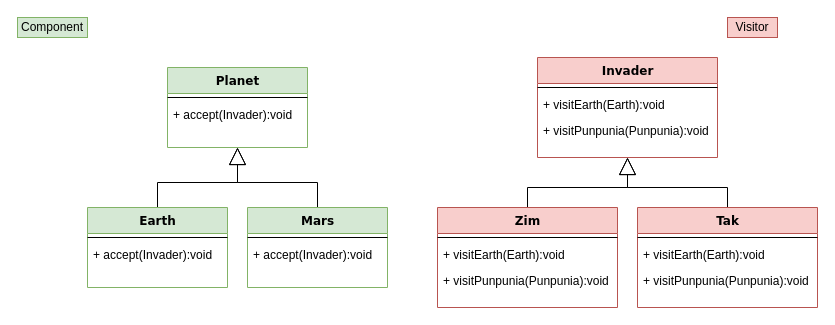
Earlier version of the draw.io diagram assets/drawio/Visitor.drawio (nicolaskruger/designPatterns). Source tidied: cells renumbered, new cells numbered last; positions are measured from the earlier drawing's top-left corner, leaving out a move shared by most shapes. Both pictures are drawn from the tidied source at 100%, with x=0, y=0 at pixel (17, 17).
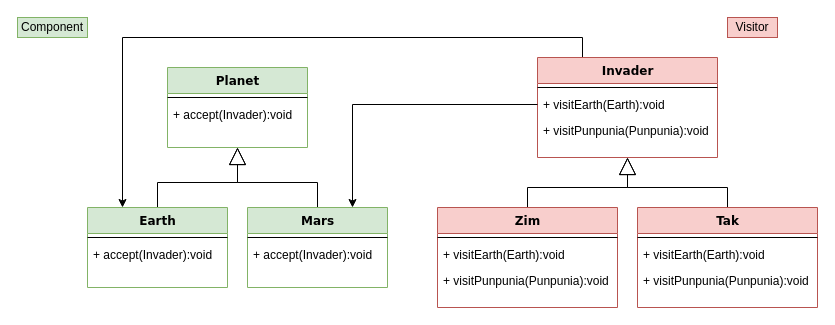
After the change.

Unchanged cells that the change refers to:
```xml
<mxCell id="8" value="Earth" style="swimlane;html=1;fontStyle=1;align=center;verticalAlign=top;horizontal=1;startSize=26;swimlaneFillColor=#ffffff;rounded=0;shadow=0;comic=0;labelBackgroundColor=none;strokeWidth=1;fillColor=#d5e8d4;fontFamily=Verdana;fontSize=12;strokeColor=#82b366;" parent="1" vertex="1">
  <mxGeometry x="70" y="190" width="140" height="80" as="geometry" />
</mxCell>
<mxCell id="11" value="Mars" style="swimlane;html=1;fontStyle=1;align=center;verticalAlign=top;horizontal=1;startSize=26;swimlaneFillColor=#ffffff;rounded=0;shadow=0;comic=0;labelBackgroundColor=none;strokeWidth=1;fillColor=#d5e8d4;fontFamily=Verdana;fontSize=12;strokeColor=#82b366;" parent="1" vertex="1">
  <mxGeometry x="230" y="190" width="140" height="80" as="geometry" />
</mxCell>
<mxCell id="16" value="Invader" style="swimlane;html=1;fontStyle=1;align=center;verticalAlign=top;horizontal=1;startSize=26;swimlaneFillColor=#ffffff;rounded=0;shadow=0;comic=0;labelBackgroundColor=none;strokeWidth=1;fillColor=#f8cecc;fontFamily=Verdana;fontSize=12;strokeColor=#b85450;" parent="1" vertex="1">
  <mxGeometry x="520" y="40" width="180" height="100" as="geometry" />
</mxCell>
<mxCell id="18" value="+ visitEarth(Earth):void" style="text;html=1;strokeColor=none;fillColor=none;align=left;verticalAlign=top;spacingLeft=4;spacingRight=4;whiteSpace=wrap;overflow=hidden;points=[[0,0.5],[1,0.5]];portConstraint=eastwest;" parent="16" vertex="1">
  <mxGeometry y="34" width="180" height="26" as="geometry" />
</mxCell>
```

The edit, as a diff of the source:
```diff
@@
+    <mxCell id="29" style="edgeStyle=orthogonalEdgeStyle;rounded=0;jettySize=auto;html=1;exitX=0.25;exitY=0;exitDx=0;exitDy=0;entryX=0.25;entryY=0;entryDx=0;entryDy=0;startArrow=none;startFill=0;endArrow=classic;endFill=1;" parent="1" edge="1" source="16" target="8">
+      <mxGeometry relative="1" as="geometry" />
+    </mxCell>
@@
+    <mxCell id="30" style="edgeStyle=orthogonalEdgeStyle;rounded=0;jettySize=auto;html=1;exitX=0;exitY=0.5;exitDx=0;exitDy=0;entryX=0.75;entryY=0;entryDx=0;entryDy=0;endArrow=classic;endFill=1;startArrow=none;startFill=0;" parent="1" edge="1" source="18" target="11">
+      <mxGeometry relative="1" as="geometry" />
+    </mxCell>
```
